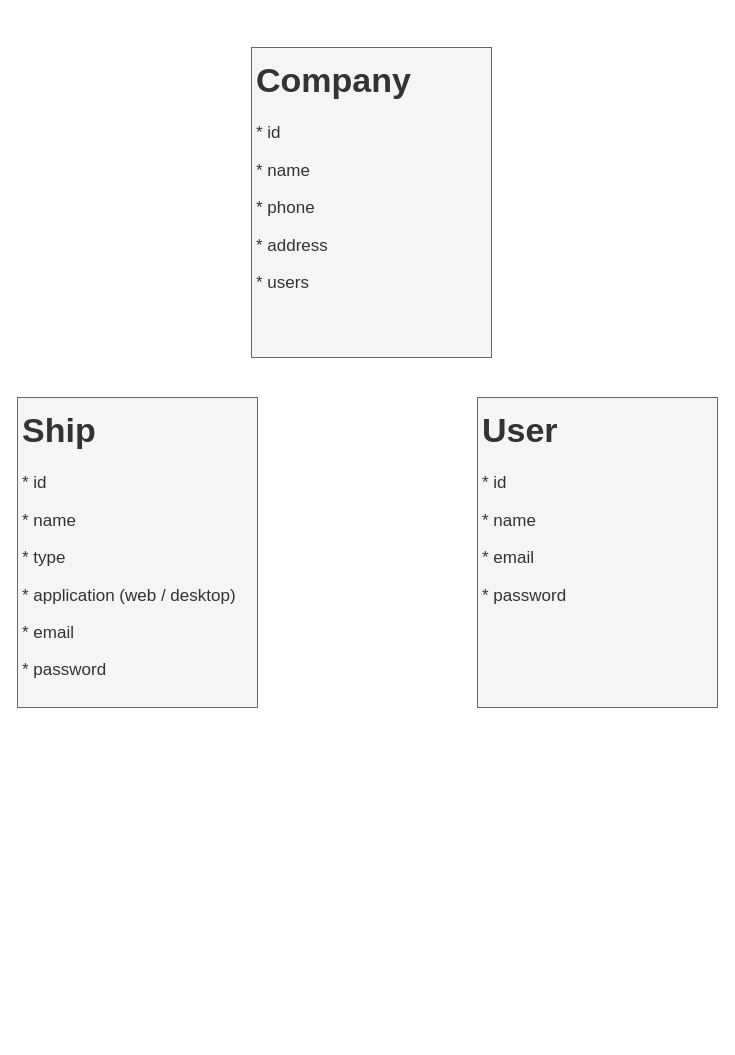
Above: page "company-ship" (2 of 4) of mrvtool.drawio in dagistan-tuncbilek/tasarimlar (draw.io), before the change. Source tidied: cells renumbered, new cells numbered last; positions are measured from the earlier drawing's top-left corner, leaving out a move shared by most shapes. Both pictures are drawn from the tidied source at 100%, with x=0, y=0 at pixel (17, 47).
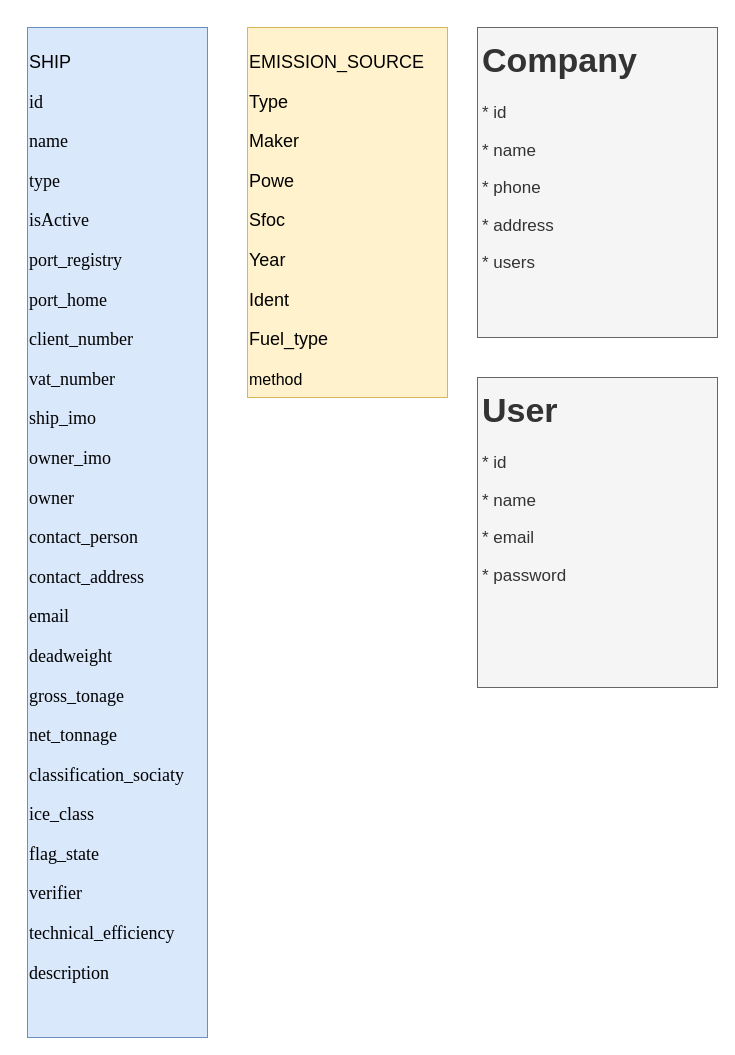
Above is the later version.

What changed in the source:
```diff
@@
 <mxGraphModel>
   <root>
     <mxCell id="0" />
     <mxCell id="1" parent="0" />
     <mxCell id="2" value="&lt;h1&gt;Company&lt;/h1&gt;&lt;p&gt;* id&lt;br&gt;&lt;/p&gt;&lt;p&gt;* name&lt;/p&gt;&lt;p&gt;* phone&lt;/p&gt;&lt;p&gt;* address&lt;/p&gt;&lt;p&gt;* users&lt;/p&gt;&lt;p&gt;&lt;br&gt;&lt;/p&gt;" style="text;html=1;strokeColor=#666666;fillColor=#f5f5f5;spacing=5;spacingTop=-20;whiteSpace=wrap;overflow=hidden;rounded=0;fontSize=17;fontColor=#333333;" parent="1" vertex="1">
-      <mxGeometry x="234" width="240" height="310" as="geometry" />
+      <mxGeometry x="460" y="-20" width="240" height="310" as="geometry" />
     </mxCell>
-    <mxCell id="3" value="&lt;h1&gt;Ship&lt;/h1&gt;&lt;p&gt;* id&lt;br&gt;&lt;/p&gt;&lt;p&gt;* name&lt;/p&gt;&lt;p&gt;* type&lt;br&gt;&lt;/p&gt;&lt;p&gt;* application (web / desktop)&lt;/p&gt;&lt;p&gt;* email&lt;/p&gt;&lt;p&gt;* password&lt;/p&gt;" style="text;html=1;strokeColor=#666666;fillColor=#f5f5f5;spacing=5;spacingTop=-20;whiteSpace=wrap;overflow=hidden;rounded=0;fontSize=17;fontColor=#333333;" parent="1" vertex="1">
-      <mxGeometry y="350" width="240" height="310" as="geometry" />
-    </mxCell>
     <mxCell id="4" value="&lt;h1&gt;User&lt;/h1&gt;&lt;p&gt;* id&lt;br&gt;&lt;/p&gt;&lt;p&gt;* name&lt;/p&gt;&lt;p&gt;* email&lt;/p&gt;&lt;p&gt;* password&lt;br&gt;&lt;/p&gt;&lt;p&gt;&lt;br&gt;&lt;/p&gt;" style="text;html=1;strokeColor=#666666;fillColor=#f5f5f5;spacing=5;spacingTop=-20;whiteSpace=wrap;overflow=hidden;rounded=0;fontSize=17;fontColor=#333333;" parent="1" vertex="1">
-      <mxGeometry x="460" y="350" width="240" height="310" as="geometry" />
+      <mxGeometry x="460" y="330" width="240" height="310" as="geometry" />
     </mxCell>
+    <mxCell id="5" value="&lt;p class=&quot;MsoNormal&quot;&gt;&lt;span lang=&quot;EN-US&quot;&gt;EMISSION_SOURCE&lt;/span&gt;&lt;/p&gt;&lt;p class=&quot;MsoNormal&quot;&gt;&lt;span lang=&quot;EN-US&quot;&gt;Type&lt;/span&gt;&lt;/p&gt;&lt;p class=&quot;MsoNormal&quot;&gt;&lt;span lang=&quot;EN-US&quot;&gt;Maker&lt;/span&gt;&lt;/p&gt;&lt;p class=&quot;MsoNormal&quot;&gt;&lt;span lang=&quot;EN-US&quot;&gt;Powe&lt;/span&gt;&lt;/p&gt;&lt;p class=&quot;MsoNormal&quot;&gt;&lt;span lang=&quot;EN-US&quot;&gt;Sfoc&lt;/span&gt;&lt;/p&gt;&lt;p class=&quot;MsoNormal&quot;&gt;&lt;span lang=&quot;EN-US&quot;&gt;Year&lt;/span&gt;&lt;/p&gt;&lt;p class=&quot;MsoNormal&quot;&gt;&lt;span lang=&quot;EN-US&quot;&gt;Ident&lt;/span&gt;&lt;/p&gt;&lt;p class=&quot;MsoNormal&quot;&gt;&lt;span lang=&quot;EN-US&quot;&gt;Fuel_type&lt;/span&gt;&lt;/p&gt;&lt;span style=&quot;font-size: 12.0pt ; font-family: &amp;#34;calibri&amp;#34; , sans-serif&quot; lang=&quot;EN-US&quot;&gt;method&lt;/span&gt;" style="text;whiteSpace=wrap;html=1;fontSize=18;fillColor=#fff2cc;strokeColor=#d6b656;" parent="1" vertex="1">
+      <mxGeometry x="230" y="-20" width="200" height="370" as="geometry" />
+    </mxCell>
+    <mxCell id="6" value="&lt;p class=&quot;MsoNoSpacing&quot;&gt;&lt;span lang=&quot;EN-US&quot;&gt;SHIP&lt;/span&gt;&lt;/p&gt;&lt;p class=&quot;MsoNoSpacing&quot;&gt;&lt;span style=&quot;font-family: &amp;#34;times new roman&amp;#34; , serif&quot;&gt;id&lt;/span&gt;&lt;span lang=&quot;EN-US&quot;&gt;&lt;/span&gt;&lt;/p&gt;&lt;p class=&quot;MsoNoSpacing&quot;&gt;&lt;span style=&quot;font-family: &amp;#34;times new roman&amp;#34; , serif&quot;&gt;name&lt;/span&gt;&lt;/p&gt;&lt;p class=&quot;MsoNoSpacing&quot;&gt;&lt;span style=&quot;font-family: &amp;#34;times new roman&amp;#34; , serif&quot;&gt;type&lt;/span&gt;&lt;/p&gt;&lt;p class=&quot;MsoNoSpacing&quot;&gt;&lt;span style=&quot;font-family: &amp;#34;times new roman&amp;#34; , serif&quot;&gt;isActive&lt;/span&gt;&lt;/p&gt;&lt;p class=&quot;MsoNoSpacing&quot;&gt;&lt;span style=&quot;font-family: &amp;#34;times new roman&amp;#34; , serif&quot;&gt;port_registry&lt;/span&gt;&lt;/p&gt;&lt;p class=&quot;MsoNoSpacing&quot;&gt;&lt;span style=&quot;font-family: &amp;#34;times new roman&amp;#34; , serif&quot;&gt;port_home&lt;/span&gt;&lt;/p&gt;&lt;p class=&quot;MsoNoSpacing&quot;&gt;&lt;span style=&quot;font-family: &amp;#34;times new roman&amp;#34; , serif&quot; lang=&quot;EN-US&quot;&gt;client_number&lt;/span&gt;&lt;span style=&quot;font-family: &amp;#34;times new roman&amp;#34; , serif&quot;&gt;&lt;/span&gt;&lt;/p&gt;&lt;p class=&quot;MsoNoSpacing&quot;&gt;&lt;span style=&quot;font-family: &amp;#34;times new roman&amp;#34; , serif&quot; lang=&quot;EN-US&quot;&gt;vat_number&lt;/span&gt;&lt;span style=&quot;font-family: &amp;#34;times new roman&amp;#34; , serif&quot;&gt;&lt;/span&gt;&lt;/p&gt;&lt;p class=&quot;MsoNoSpacing&quot;&gt;&lt;span style=&quot;font-family: &amp;#34;times new roman&amp;#34; , serif&quot; lang=&quot;EN-US&quot;&gt;ship_imo&lt;/span&gt;&lt;span lang=&quot;EN-US&quot;&gt;&lt;/span&gt;&lt;/p&gt;&lt;p class=&quot;MsoNoSpacing&quot;&gt;&lt;span style=&quot;font-family: &amp;#34;times new roman&amp;#34; , serif&quot; lang=&quot;EN-US&quot;&gt;owner_imo&lt;/span&gt;&lt;span lang=&quot;EN-US&quot;&gt;&lt;/span&gt;&lt;/p&gt;&lt;p class=&quot;MsoNoSpacing&quot;&gt;&lt;span style=&quot;font-family: &amp;#34;times new roman&amp;#34; , serif&quot; lang=&quot;EN-US&quot;&gt;owner&lt;/span&gt;&lt;span lang=&quot;EN-US&quot;&gt;&lt;/span&gt;&lt;/p&gt;&lt;p class=&quot;MsoNoSpacing&quot;&gt;&lt;span style=&quot;font-family: &amp;#34;times new roman&amp;#34; , serif&quot; lang=&quot;EN-US&quot;&gt;contact_person&lt;/span&gt;&lt;span lang=&quot;EN-US&quot;&gt;&lt;/span&gt;&lt;/p&gt;&lt;span style=&quot;font-family: &amp;#34;times new roman&amp;#34; , serif&quot; lang=&quot;EN-US&quot;&gt;contact_address&lt;/span&gt;&lt;span lang=&quot;EN-US&quot;&gt;&lt;/span&gt;&lt;br&gt;&lt;p class=&quot;MsoNoSpacing&quot;&gt;&lt;span style=&quot;font-family: &amp;#34;times new roman&amp;#34; , serif&quot; lang=&quot;EN-US&quot;&gt;email&lt;/span&gt;&lt;span lang=&quot;EN-US&quot;&gt;&lt;/span&gt;&lt;/p&gt;&lt;p class=&quot;MsoNoSpacing&quot;&gt;&lt;span style=&quot;font-family: &amp;#34;times new roman&amp;#34; , serif&quot; lang=&quot;EN-US&quot;&gt;deadweight&lt;/span&gt;&lt;span lang=&quot;EN-US&quot;&gt;&lt;/span&gt;&lt;/p&gt;&lt;p class=&quot;MsoNoSpacing&quot;&gt;&lt;span style=&quot;font-family: &amp;#34;times new roman&amp;#34; , serif&quot; lang=&quot;EN-US&quot;&gt;gross_tonage&lt;/span&gt;&lt;span lang=&quot;EN-US&quot;&gt;&lt;/span&gt;&lt;/p&gt;&lt;span style=&quot;font-family: &amp;#34;times new roman&amp;#34; , serif&quot; lang=&quot;EN-US&quot;&gt;net_tonnage&lt;/span&gt;&lt;span lang=&quot;EN-US&quot;&gt;&lt;/span&gt;&lt;br&gt;&lt;p class=&quot;MsoNoSpacing&quot;&gt;&lt;span style=&quot;font-family: &amp;#34;times new roman&amp;#34; , serif&quot; lang=&quot;EN-US&quot;&gt;classification_sociaty&lt;/span&gt;&lt;span lang=&quot;EN-US&quot;&gt;&lt;/span&gt;&lt;/p&gt;&lt;span style=&quot;font-family: &amp;#34;times new roman&amp;#34; , serif&quot; lang=&quot;EN-US&quot;&gt;ice_class&lt;/span&gt;&lt;span lang=&quot;EN-US&quot;&gt;&lt;/span&gt;&lt;br&gt;&lt;p class=&quot;MsoNoSpacing&quot;&gt;&lt;span style=&quot;font-family: &amp;#34;times new roman&amp;#34; , serif&quot; lang=&quot;EN-US&quot;&gt;flag_state&lt;/span&gt;&lt;span lang=&quot;EN-US&quot;&gt;&lt;/span&gt;&lt;/p&gt;&lt;p class=&quot;MsoNoSpacing&quot;&gt;&lt;span style=&quot;font-family: &amp;#34;times new roman&amp;#34; , serif&quot; lang=&quot;EN-US&quot;&gt;verifier&lt;/span&gt;&lt;span lang=&quot;EN-US&quot;&gt;&lt;/span&gt;&lt;/p&gt;&lt;p class=&quot;MsoNoSpacing&quot;&gt;&lt;span style=&quot;font-family: &amp;#34;times new roman&amp;#34; , serif&quot; lang=&quot;EN-US&quot;&gt;technical_efficiency&lt;/span&gt;&lt;span lang=&quot;EN-US&quot;&gt;&lt;/span&gt;&lt;/p&gt;&lt;p class=&quot;MsoNoSpacing&quot;&gt;&lt;span style=&quot;font-family: &amp;#34;times new roman&amp;#34; , serif&quot; lang=&quot;EN-US&quot;&gt;description&lt;/span&gt;&lt;span lang=&quot;EN-US&quot;&gt;&lt;/span&gt;&lt;/p&gt;" style="text;whiteSpace=wrap;html=1;fontSize=18;fillColor=#dae8fc;strokeColor=#6c8ebf;" parent="1" vertex="1">
+      <mxGeometry x="10" y="-20" width="180" height="1010" as="geometry" />
+    </mxCell>
   </root>
 </mxGraphModel>
```
